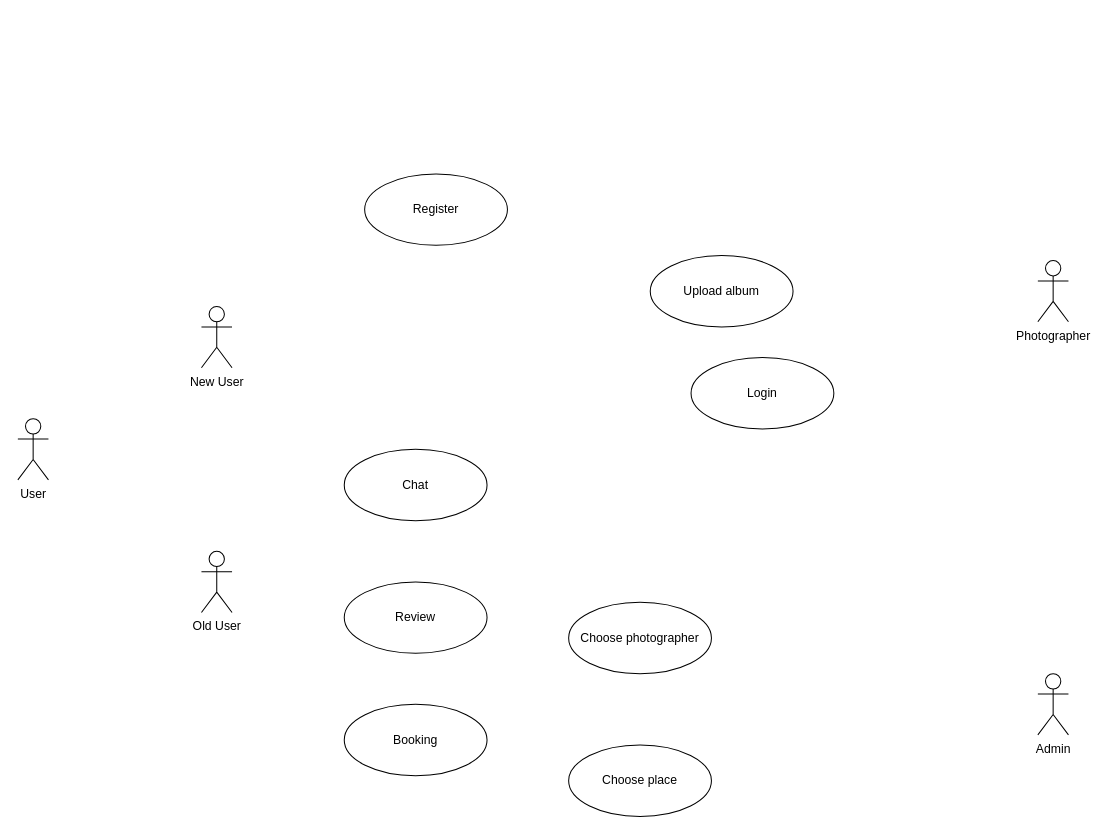
Above: Untitled Diagramxxx1.drawio in caoquy2000/DBI (draw.io), before the change. Source tidied: cells renumbered, new cells numbered last; positions are measured from the earlier drawing's top-left corner, leaving out a move shared by most shapes. Both pictures are drawn from the tidied source at 102%, with x=0, y=0 at pixel (17, 173).
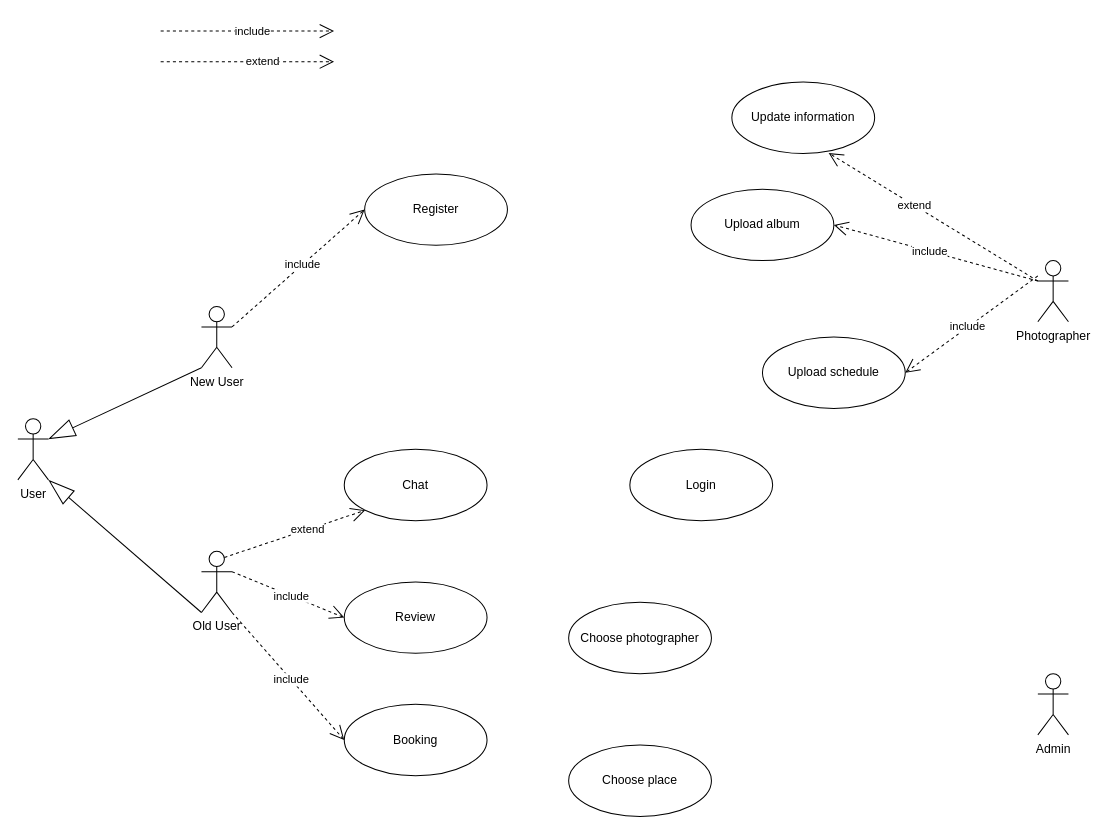
After the change.

Unchanged cells that the change refers to:
```xml
<mxCell id="2" value="User" style="shape=umlActor;verticalLabelPosition=bottom;verticalAlign=top;html=1;" parent="1" vertex="1">
  <mxGeometry y="240" width="30" height="60" as="geometry" />
</mxCell>
<mxCell id="3" value="New User" style="shape=umlActor;verticalLabelPosition=bottom;verticalAlign=top;html=1;" parent="1" vertex="1">
  <mxGeometry x="180" y="130" width="30" height="60" as="geometry" />
</mxCell>
<mxCell id="4" value="Old User" style="shape=umlActor;verticalLabelPosition=bottom;verticalAlign=top;html=1;" parent="1" vertex="1">
  <mxGeometry x="180" y="370" width="30" height="60" as="geometry" />
</mxCell>
<mxCell id="5" value="Register" style="ellipse;whiteSpace=wrap;html=1;" parent="1" vertex="1">
  <mxGeometry x="340" width="140" height="70" as="geometry" />
</mxCell>
<mxCell id="6" value="Chat" style="ellipse;whiteSpace=wrap;html=1;" parent="1" vertex="1">
  <mxGeometry x="320" y="270" width="140" height="70" as="geometry" />
</mxCell>
<mxCell id="8" value="Booking" style="ellipse;whiteSpace=wrap;html=1;" parent="1" vertex="1">
  <mxGeometry x="320" y="520" width="140" height="70" as="geometry" />
</mxCell>
<mxCell id="11" value="Review" style="ellipse;whiteSpace=wrap;html=1;" parent="1" vertex="1">
  <mxGeometry x="320" y="400" width="140" height="70" as="geometry" />
</mxCell>
<mxCell id="13" value="Photographer" style="shape=umlActor;verticalLabelPosition=bottom;verticalAlign=top;html=1;" parent="1" vertex="1">
  <mxGeometry x="1000" y="85" width="30" height="60" as="geometry" />
</mxCell>
```

Diff of the diagram source:
```diff
@@
     <mxCell id="7" value="Login" style="ellipse;whiteSpace=wrap;html=1;" parent="1" vertex="1">
-      <mxGeometry x="660" y="180" width="140" height="70" as="geometry" />
+      <mxGeometry x="600" y="270" width="140" height="70" as="geometry" />
     </mxCell>
@@
     <mxCell id="12" value="Upload album" style="ellipse;whiteSpace=wrap;html=1;" parent="1" vertex="1">
-      <mxGeometry x="620" y="80" width="140" height="70" as="geometry" />
+      <mxGeometry x="660" y="15" width="140" height="70" as="geometry" />
     </mxCell>
@@
+    <mxCell id="15" value="Upload schedule" style="ellipse;whiteSpace=wrap;html=1;" parent="1" vertex="1">
+      <mxGeometry x="730" y="160" width="140" height="70" as="geometry" />
+    </mxCell>
+    <mxCell id="16" style="endArrow=blockThin;endFill=0;endSize=24;html=1;exitX=0;exitY=1;exitDx=0;exitDy=0;exitPerimeter=0;entryX=1;entryY=0.3333333333333333;entryDx=0;entryDy=0;entryPerimeter=0;" parent="1" edge="1" source="3" target="2">
+      <mxGeometry relative="1" as="geometry" />
+    </mxCell>
+    <mxCell id="17" style="endArrow=blockThin;endFill=0;endSize=24;html=1;exitX=0;exitY=1;exitDx=0;exitDy=0;exitPerimeter=0;entryX=1;entryY=1;entryDx=0;entryDy=0;entryPerimeter=0;" parent="1" edge="1" source="4" target="2">
+      <mxGeometry relative="1" as="geometry" />
+    </mxCell>
+    <mxCell id="18" value="include" style="endArrow=open;endSize=12;dashed=1;html=1;" parent="1" edge="1">
+      <mxGeometry x="0.06" relative="1" as="geometry">
+        <mxPoint x="140" y="-140" as="sourcePoint" />
+        <mxPoint x="310" y="-140" as="targetPoint" />
+      </mxGeometry>
+    </mxCell>
+    <mxCell id="19" value="extend" style="endArrow=open;endSize=12;dashed=1;html=1;" parent="1" edge="1">
+      <mxGeometry x="0.18" relative="1" as="geometry">
+        <mxPoint x="140" y="-110" as="sourcePoint" />
+        <mxPoint x="310" y="-110" as="targetPoint" />
+      </mxGeometry>
+    </mxCell>
+    <mxCell id="20" value="include" style="endArrow=open;endSize=12;dashed=1;html=1;exitX=1;exitY=0.3333333333333333;exitDx=0;exitDy=0;exitPerimeter=0;entryX=0;entryY=0.5;entryDx=0;entryDy=0;" parent="1" edge="1" source="3" target="5">
+      <mxGeometry x="0.06" relative="1" as="geometry" />
+    </mxCell>
+    <mxCell id="21" value="include" style="endArrow=open;endSize=12;dashed=1;html=1;exitX=0;exitY=0.3333333333333333;exitDx=0;exitDy=0;exitPerimeter=0;entryX=1;entryY=0.5;entryDx=0;entryDy=0;" parent="1" edge="1" source="13" target="12">
+      <mxGeometry x="0.06" relative="1" as="geometry" />
+    </mxCell>
+    <mxCell id="22" value="include" style="endArrow=open;endSize=12;dashed=1;html=1;entryX=1;entryY=0.5;entryDx=0;entryDy=0;" parent="1" edge="1" target="15">
+      <mxGeometry x="0.06" relative="1" as="geometry">
+        <mxPoint x="1000" y="100" as="sourcePoint" />
+      </mxGeometry>
+    </mxCell>
+    <mxCell id="23" value="Update information" style="ellipse;whiteSpace=wrap;html=1;" parent="1" vertex="1">
+      <mxGeometry x="700" y="-90" width="140" height="70" as="geometry" />
+    </mxCell>
+    <mxCell id="24" value="extend" style="endArrow=open;endSize=12;dashed=1;html=1;exitX=0;exitY=0.3333333333333333;exitDx=0;exitDy=0;exitPerimeter=0;entryX=0.678;entryY=0.994;entryDx=0;entryDy=0;entryPerimeter=0;" parent="1" edge="1" source="13" target="23">
+      <mxGeometry x="0.18" relative="1" as="geometry" />
+    </mxCell>
+    <mxCell id="25" value="extend" style="endArrow=open;endSize=12;dashed=1;html=1;exitX=0.75;exitY=0.1;exitDx=0;exitDy=0;exitPerimeter=0;entryX=0;entryY=1;entryDx=0;entryDy=0;" parent="1" edge="1" source="4" target="6">
+      <mxGeometry x="0.18" relative="1" as="geometry" />
+    </mxCell>
+    <mxCell id="26" value="include" style="endArrow=open;endSize=12;dashed=1;html=1;exitX=1;exitY=0.3333333333333333;exitDx=0;exitDy=0;exitPerimeter=0;entryX=0;entryY=0.5;entryDx=0;entryDy=0;" parent="1" edge="1" source="4" target="11">
+      <mxGeometry x="0.06" relative="1" as="geometry" />
+    </mxCell>
+    <mxCell id="27" value="include" style="endArrow=open;endSize=12;dashed=1;html=1;exitX=1;exitY=1;exitDx=0;exitDy=0;exitPerimeter=0;entryX=0;entryY=0.5;entryDx=0;entryDy=0;" parent="1" edge="1" source="4" target="8">
+      <mxGeometry x="0.06" relative="1" as="geometry" />
+    </mxCell>
```
